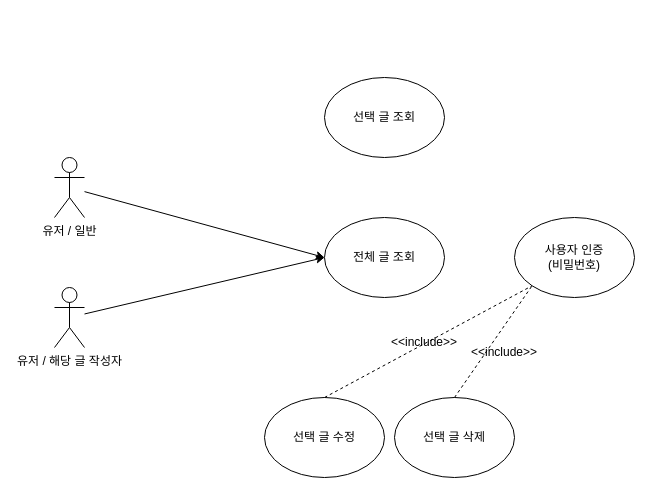
Earlier version of the draw.io diagram Spring 입문 주차 개인과제.drawio (hyunjunhwang1994/Hanghae99). Source tidied: cells renumbered, new cells numbered last; positions are measured from the earlier drawing's top-left corner, leaving out a move shared by most shapes. Both pictures are drawn from the tidied source at 100%, with x=0, y=0 at pixel (54, 77).
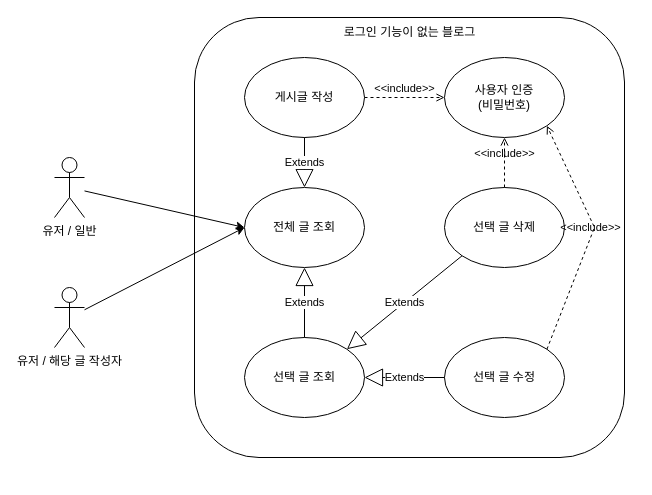
The same diagram, later.

Commit message (it also covers changes not shown here):
Spring 입문 주차 개인과제.drawio 업데이트

What changed in the source:
```diff
@@
+    <mxCell id="15" style="rounded=1;whiteSpace=wrap;html=1;" parent="1" vertex="1">
+      <mxGeometry x="140" y="-60" width="430" height="440" as="geometry" />
+    </mxCell>
     <mxCell id="2" value="전체 글 조회" style="ellipse;whiteSpace=wrap;html=1;" parent="1" vertex="1">
-      <mxGeometry x="270" y="140" width="120" height="80" as="geometry" />
+      <mxGeometry x="190" y="110" width="120" height="80" as="geometry" />
     </mxCell>
     <mxCell id="3" value="선택 글 수정" style="ellipse;whiteSpace=wrap;html=1;" parent="1" vertex="1">
-      <mxGeometry x="210" y="320" width="120" height="80" as="geometry" />
+      <mxGeometry x="390" y="260" width="120" height="80" as="geometry" />
     </mxCell>
     <mxCell id="4" value="선택 글 조회" style="ellipse;whiteSpace=wrap;html=1;" parent="1" vertex="1">
-      <mxGeometry x="270" width="120" height="80" as="geometry" />
+      <mxGeometry x="190" y="260" width="120" height="80" as="geometry" />
     </mxCell>
     <mxCell id="5" value="사용자 인증&lt;br&gt;(비밀번호)" style="ellipse;whiteSpace=wrap;html=1;" parent="1" vertex="1">
-      <mxGeometry x="460" y="140" width="120" height="80" as="geometry" />
+      <mxGeometry x="390" y="-20" width="120" height="80" as="geometry" />
     </mxCell>
     <mxCell id="6" value="선택 글 삭제" style="ellipse;whiteSpace=wrap;html=1;" parent="1" vertex="1">
-      <mxGeometry x="340" y="320" width="120" height="80" as="geometry" />
+      <mxGeometry x="390" y="110" width="120" height="80" as="geometry" />
     </mxCell>
@@
+    <mxCell id="16" value="Extends" style="endArrow=block;endSize=16;endFill=0;html=1;rounded=0;entryX=0.5;entryY=1;entryDx=0;entryDy=0;exitX=0.5;exitY=0;exitDx=0;exitDy=0;" parent="1" edge="1" source="4" target="2">
+      <mxGeometry relative="1" as="geometry" />
+    </mxCell>
+    <mxCell id="17" value="Extends" style="endArrow=block;endSize=16;endFill=0;html=1;rounded=0;entryX=1;entryY=0.5;entryDx=0;entryDy=0;exitX=0;exitY=0.5;exitDx=0;exitDy=0;" parent="1" edge="1" source="3" target="4">
+      <mxGeometry relative="1" as="geometry" />
+    </mxCell>
+    <mxCell id="18" value="Extends" style="endArrow=block;endSize=16;endFill=0;html=1;rounded=0;entryX=1;entryY=0;entryDx=0;entryDy=0;exitX=0;exitY=1;exitDx=0;exitDy=0;" parent="1" edge="1" source="6" target="4">
+      <mxGeometry relative="1" as="geometry" />
+    </mxCell>
-    <mxCell id="11" style="endArrow=none;dashed=1;html=1;rounded=0;entryX=0;entryY=1;entryDx=0;entryDy=0;exitX=0.5;exitY=0;exitDx=0;exitDy=0;" parent="1" edge="1" source="6" target="5">
+    <mxCell id="11" value="&amp;lt;&amp;lt;include&amp;gt;&amp;gt;" style="html=1;verticalAlign=bottom;labelBackgroundColor=none;endArrow=open;endFill=0;dashed=1;rounded=0;entryX=0.5;entryY=1;entryDx=0;entryDy=0;exitX=0.5;exitY=0;exitDx=0;exitDy=0;" parent="1" edge="1" source="6" target="5">
       <mxGeometry relative="1" as="geometry" />
     </mxCell>
-    <mxCell id="12" style="endArrow=none;dashed=1;html=1;rounded=0;entryX=0;entryY=1;entryDx=0;entryDy=0;exitX=0.5;exitY=0;exitDx=0;exitDy=0;" parent="1" edge="1" source="3" target="5">
-      <mxGeometry relative="1" as="geometry" />
+    <mxCell id="12" value="&amp;lt;&amp;lt;include&amp;gt;&amp;gt;" style="html=1;verticalAlign=bottom;labelBackgroundColor=none;endArrow=open;endFill=0;dashed=1;rounded=0;entryX=1;entryY=1;entryDx=0;entryDy=0;exitX=1;exitY=0;exitDx=0;exitDy=0;" parent="1" edge="1" source="3" target="5">
+      <mxGeometry relative="1" as="geometry">
+        <Array as="points">
+          <mxPoint x="540" y="150" />
+        </Array>
+      </mxGeometry>
     </mxCell>
-    <mxCell id="13" value="&amp;lt;&amp;lt;include&amp;gt;&amp;gt;" style="text;html=1;strokeColor=none;fillColor=none;align=center;verticalAlign=middle;whiteSpace=wrap;rounded=0;" parent="1" vertex="1">
-      <mxGeometry x="340" y="250" width="60" height="30" as="geometry" />
-    </mxCell>
-    <mxCell id="14" value="&amp;lt;&amp;lt;include&amp;gt;&amp;gt;" style="text;html=1;strokeColor=none;fillColor=none;align=center;verticalAlign=middle;whiteSpace=wrap;rounded=0;" parent="1" vertex="1">
-      <mxGeometry x="420" y="260" width="60" height="30" as="geometry" />
-    </mxCell>
+    <mxCell id="19" value="게시글 작성" style="ellipse;whiteSpace=wrap;html=1;" parent="1" vertex="1">
+      <mxGeometry x="190" y="-20" width="120" height="80" as="geometry" />
+    </mxCell>
+    <mxCell id="20" value="Extends" style="endArrow=block;endSize=16;endFill=0;html=1;rounded=0;entryX=0.5;entryY=0;entryDx=0;entryDy=0;exitX=0.5;exitY=1;exitDx=0;exitDy=0;" parent="1" edge="1" source="19" target="2">
+      <mxGeometry relative="1" as="geometry" />
+    </mxCell>
+    <mxCell id="21" value="로그인 기능이 없는 블로그" style="text;html=1;strokeColor=none;fillColor=none;align=center;verticalAlign=middle;whiteSpace=wrap;rounded=0;" parent="1" vertex="1">
+      <mxGeometry x="257.5" y="-60" width="195" height="30" as="geometry" />
+    </mxCell>
+    <mxCell id="22" value="&amp;lt;&amp;lt;include&amp;gt;&amp;gt;" style="html=1;verticalAlign=bottom;labelBackgroundColor=none;endArrow=open;endFill=0;dashed=1;rounded=0;entryX=0;entryY=0.5;entryDx=0;entryDy=0;exitX=1;exitY=0.5;exitDx=0;exitDy=0;" parent="1" edge="1" source="19" target="5">
+      <mxGeometry relative="1" as="geometry" />
+    </mxCell>
```
